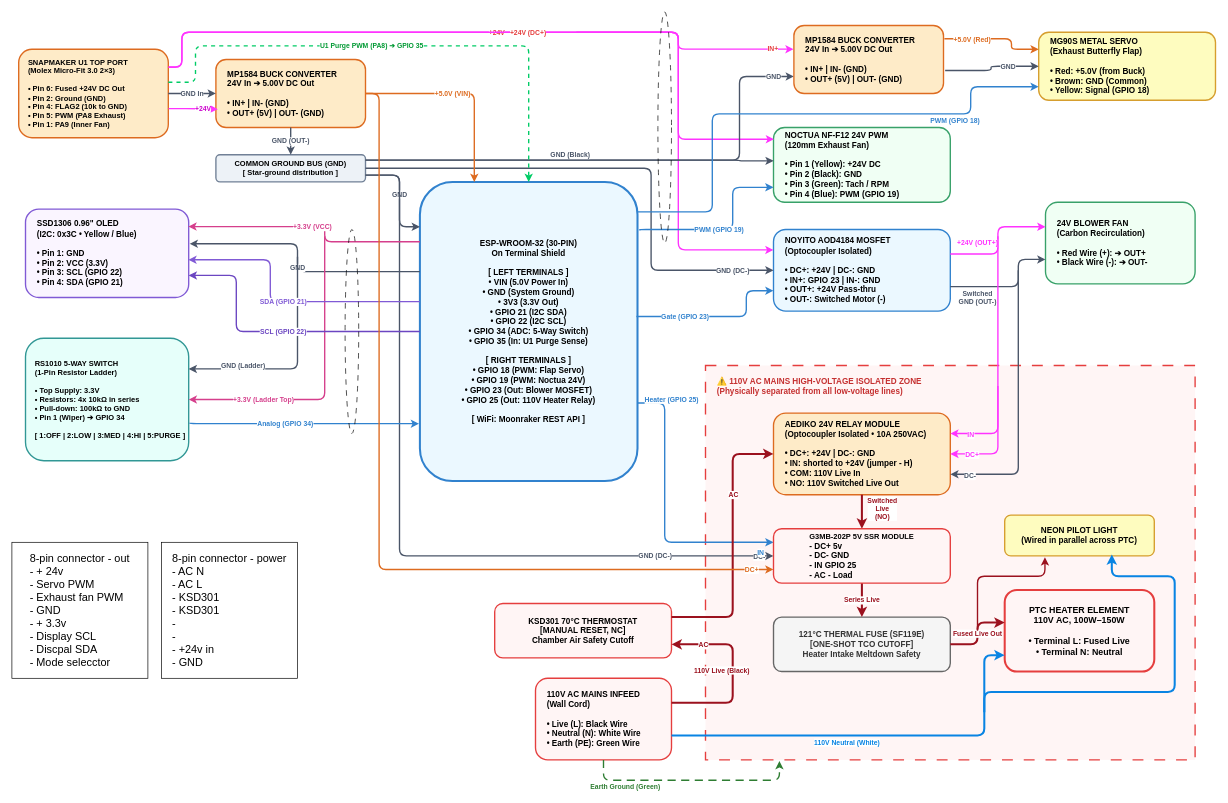
This is docs/chamber_controller_schematic.drawio from arkhipus/u1-heater, a draw.io file, before an edit. Source tidied: cells renumbered, new cells numbered last; positions are measured from the earlier drawing's top-left corner, leaving out a move shared by most shapes. Both pictures are drawn from the tidied source at 68%, with x=0, y=0 at pixel (12, 12).
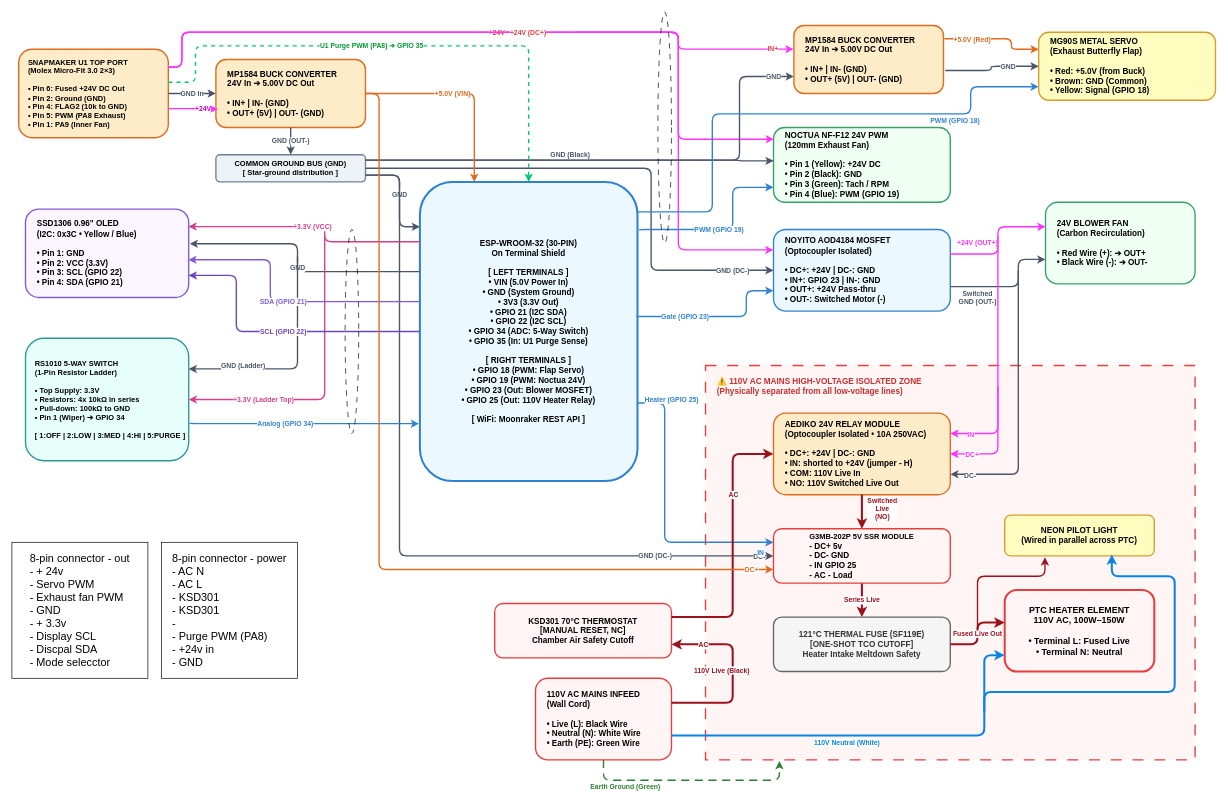
After the change.

The edit, as a diff of the source:
```diff
@@
-    <mxCell id="70" value="&lt;div style=&quot;text-align: left;&quot;&gt;&lt;font style=&quot;font-size: 16px;&quot;&gt;8-pin connector - power&lt;/font&gt;&lt;/div&gt;&lt;div style=&quot;text-align: left;&quot;&gt;&lt;font style=&quot;font-size: 16px;&quot;&gt;- AC N&lt;/font&gt;&lt;/div&gt;&lt;div style=&quot;text-align: left;&quot;&gt;&lt;font style=&quot;font-size: 16px;&quot;&gt;- AC L&lt;/font&gt;&lt;/div&gt;&lt;div style=&quot;text-align: left;&quot;&gt;&lt;font style=&quot;font-size: 16px;&quot;&gt;- KSD301&lt;/font&gt;&lt;/div&gt;&lt;div style=&quot;text-align: left;&quot;&gt;&lt;font style=&quot;font-size: 16px;&quot;&gt;- KSD301&lt;/font&gt;&lt;/div&gt;&lt;div style=&quot;text-align: left;&quot;&gt;&lt;font style=&quot;font-size: 16px;&quot;&gt;-&amp;nbsp;&lt;/font&gt;&lt;/div&gt;&lt;div style=&quot;text-align: left;&quot;&gt;&lt;font style=&quot;font-size: 16px;&quot;&gt;-&amp;nbsp;&lt;/font&gt;&lt;/div&gt;&lt;div style=&quot;text-align: left;&quot;&gt;&lt;font style=&quot;font-size: 16px;&quot;&gt;- +24v in&lt;/font&gt;&lt;/div&gt;&lt;div style=&quot;text-align: left;&quot;&gt;&lt;font style=&quot;font-size: 16px;&quot;&gt;- GND&lt;/font&gt;&lt;/div&gt;" style="rounded=0;whiteSpace=wrap;html=1;" parent="1" vertex="1">
+    <mxCell id="70" value="&lt;div style=&quot;text-align: left;&quot;&gt;&lt;font style=&quot;font-size: 16px;&quot;&gt;8-pin connector - power&lt;/font&gt;&lt;/div&gt;&lt;div style=&quot;text-align: left;&quot;&gt;&lt;font style=&quot;font-size: 16px;&quot;&gt;- AC N&lt;/font&gt;&lt;/div&gt;&lt;div style=&quot;text-align: left;&quot;&gt;&lt;font style=&quot;font-size: 16px;&quot;&gt;- AC L&lt;/font&gt;&lt;/div&gt;&lt;div style=&quot;text-align: left;&quot;&gt;&lt;font style=&quot;font-size: 16px;&quot;&gt;- KSD301&lt;/font&gt;&lt;/div&gt;&lt;div style=&quot;text-align: left;&quot;&gt;&lt;font style=&quot;font-size: 16px;&quot;&gt;- KSD301&lt;/font&gt;&lt;/div&gt;&lt;div style=&quot;text-align: left;&quot;&gt;&lt;font style=&quot;font-size: 16px;&quot;&gt;-&amp;nbsp;&lt;/font&gt;&lt;/div&gt;&lt;div style=&quot;text-align: left;&quot;&gt;&lt;font style=&quot;font-size: 16px;&quot;&gt;- Purge PWM (PA8)&lt;/font&gt;&lt;/div&gt;&lt;div style=&quot;text-align: left;&quot;&gt;&lt;font style=&quot;font-size: 16px;&quot;&gt;- +24v in&lt;/font&gt;&lt;/div&gt;&lt;div style=&quot;text-align: left;&quot;&gt;&lt;font style=&quot;font-size: 16px;&quot;&gt;- GND&lt;/font&gt;&lt;/div&gt;" style="rounded=0;whiteSpace=wrap;html=1;" parent="1" vertex="1">
       <mxGeometry x="220" y="780" width="200" height="200" as="geometry" />
     </mxCell>
```
